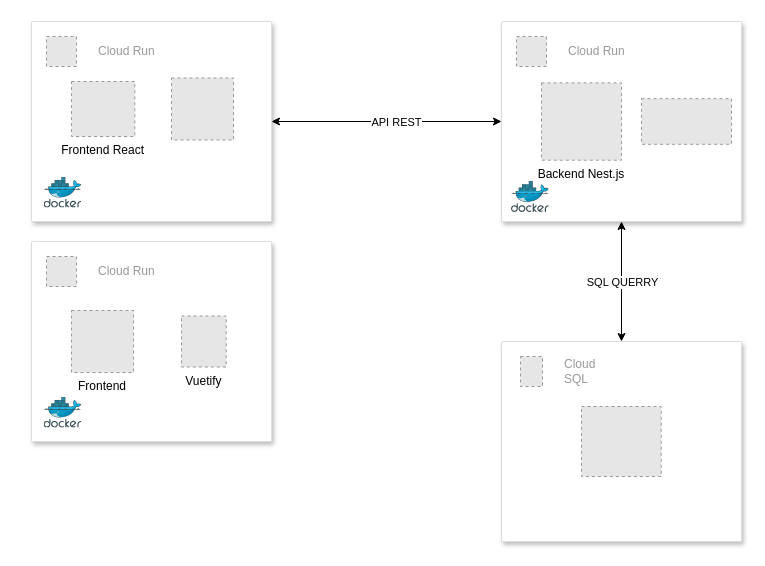
The draw.io diagram page "Arquitetura Final" (1 of 4) of diagram/arquitetura.drawio in Lucas-Salomao/back-pousada-ypua, before the edit. Source tidied: cells renumbered, new cells numbered last; positions are measured from the earlier drawing's top-left corner, leaving out a move shared by most shapes. Both pictures are drawn from the tidied source at 100%, with x=0, y=0 at pixel (31, 21). Pictures stored in the file or linked from it are replaced by grey dashed boxes.
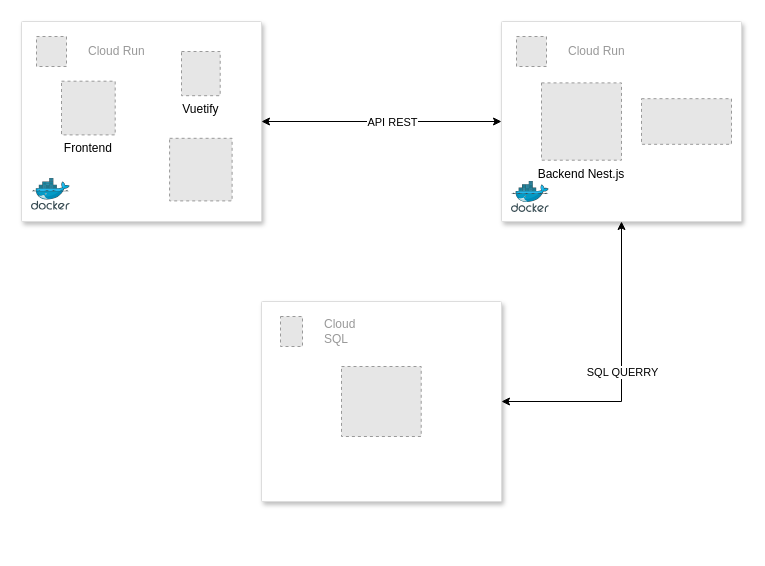
Above is the later version.

Unchanged cells that the change refers to:
```xml
<mxCell id="11" style="strokeColor=#dddddd;shadow=1;strokeWidth=1;rounded=1;absoluteArcSize=1;arcSize=2;" parent="1" vertex="1">
  <mxGeometry x="470" width="240" height="200" as="geometry" />
</mxCell>
```

Diff of the diagram source:
```diff
@@
-    <mxCell id="2" style="endArrow=classic;startArrow=classic;html=1;rounded=0;exitX=1;exitY=0.5;exitDx=0;exitDy=0;entryX=0;entryY=0.5;entryDx=0;entryDy=0;" parent="1" edge="1" source="6" target="11">
+    <mxCell id="2" style="endArrow=classic;startArrow=classic;html=1;rounded=0;exitX=1;exitY=0.5;exitDx=0;exitDy=0;entryX=0;entryY=0.5;entryDx=0;entryDy=0;" parent="1" edge="1" source="19" target="11">
       <mxGeometry relative="1" as="geometry" />
     </mxCell>
@@
-    <mxCell id="4" style="endArrow=classic;startArrow=classic;html=1;rounded=0;entryX=0.5;entryY=1;entryDx=0;entryDy=0;exitX=0.5;exitY=0;exitDx=0;exitDy=0;" parent="1" edge="1" source="16" target="11">
-      <mxGeometry relative="1" as="geometry" />
+    <mxCell id="4" style="endArrow=classic;startArrow=classic;html=1;rounded=0;entryX=0.5;entryY=1;entryDx=0;entryDy=0;exitX=1;exitY=0.5;exitDx=0;exitDy=0;" parent="1" edge="1" source="16" target="11">
+      <mxGeometry relative="1" as="geometry">
+        <Array as="points">
+          <mxPoint x="590" y="380" />
+        </Array>
+      </mxGeometry>
     </mxCell>
@@
-    <mxCell id="6" style="strokeColor=#dddddd;shadow=1;strokeWidth=1;rounded=1;absoluteArcSize=1;arcSize=2;" parent="1" vertex="1">
-      <mxGeometry width="240" height="200" as="geometry" />
-    </mxCell>
-    <mxCell id="7" value="Cloud Run" style="fillColor=#E6E6E6;strokeColor=#999999;dashed=1;html=1;fontColor=#999999;verticalLabelPosition=middle;verticalAlign=middle;labelPosition=right;align=left;spacingLeft=20;" parent="6" vertex="1">
-      <mxGeometry width="30" height="30" relative="1" as="geometry">
-        <mxPoint x="15" y="15" as="offset" />
-      </mxGeometry>
-    </mxCell>
-    <mxCell id="8" value="Frontend React" style="fillColor=#E6E6E6;strokeColor=#999999;dashed=1;verticalLabelPosition=bottom;labelBackgroundColor=default;verticalAlign=top;" parent="6" vertex="1">
-      <mxGeometry x="40" y="60" width="63.3" height="55" as="geometry" />
-    </mxCell>
-    <mxCell id="9" style="image;sketch=0;html=1;align=center;fontSize=12;image=img/lib/mscae/Docker.svg;" parent="6" vertex="1">
-      <mxGeometry x="12.6" y="155.6" width="37.8" height="31" as="geometry" />
-    </mxCell>
-    <mxCell id="10" style="fillColor=#E6E6E6;strokeColor=#999999;dashed=1;verticalLabelPosition=bottom;labelBackgroundColor=default;verticalAlign=top;" parent="6" vertex="1">
-      <mxGeometry x="140" y="56.5" width="62" height="62" as="geometry" />
-    </mxCell>
@@
     <mxCell id="16" style="strokeColor=#dddddd;shadow=1;strokeWidth=1;rounded=1;absoluteArcSize=1;arcSize=2;" parent="1" vertex="1">
-      <mxGeometry x="470" y="320" width="240" height="200" as="geometry" />
+      <mxGeometry x="230" y="280" width="240" height="200" as="geometry" />
     </mxCell>
@@
     <mxCell id="19" style="strokeColor=#dddddd;shadow=1;strokeWidth=1;rounded=1;absoluteArcSize=1;arcSize=2;" parent="1" vertex="1">
-      <mxGeometry y="220" width="240" height="200" as="geometry" />
+      <mxGeometry x="-10" width="240" height="200" as="geometry" />
     </mxCell>
@@
     <mxCell id="21" style="image;sketch=0;html=1;align=center;fontSize=12;image=img/lib/mscae/Docker.svg;" parent="19" vertex="1">
-      <mxGeometry x="12.6" y="155.6" width="37.8" height="31" as="geometry" />
+      <mxGeometry x="10" y="157" width="38.8" height="31.8" as="geometry" />
     </mxCell>
     <mxCell id="22" value="Frontend" style="fillColor=#E6E6E6;strokeColor=#999999;dashed=1;verticalLabelPosition=bottom;labelBackgroundColor=default;verticalAlign=top;" parent="19" vertex="1">
-      <mxGeometry x="40" y="69" width="62" height="62" as="geometry" />
+      <mxGeometry x="40" y="59.7" width="53.7" height="53.7" as="geometry" />
     </mxCell>
     <mxCell id="23" value="Vuetify" style="fillColor=#E6E6E6;strokeColor=#999999;dashed=1;verticalLabelPosition=bottom;labelBackgroundColor=default;verticalAlign=top;" parent="19" vertex="1">
-      <mxGeometry x="150" y="74.5" width="44.7" height="51" as="geometry" />
+      <mxGeometry x="160" y="30" width="38.7" height="44.2" as="geometry" />
     </mxCell>
+    <mxCell id="24" style="fillColor=#E6E6E6;strokeColor=#999999;dashed=1;verticalLabelPosition=bottom;labelBackgroundColor=default;verticalAlign=top;" parent="19" vertex="1">
+      <mxGeometry x="148.1" y="116.8" width="62.5" height="62.6" as="geometry" />
+    </mxCell>
```
